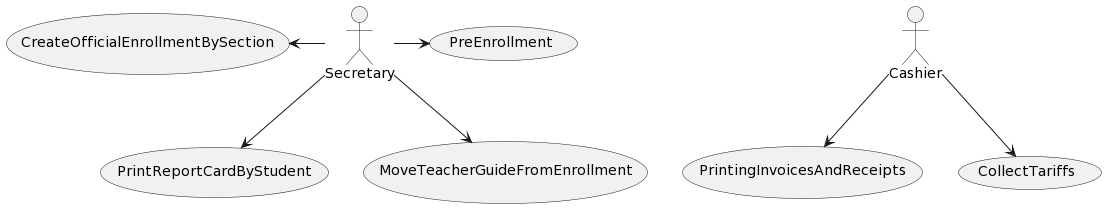
The PlantUML diagram out/UseCaseView/UseCases.png in wsmcbl/wsmcbl.doc, before a commit. The source it was exported from:
```plantuml
@startuml
skinparam BackgroundColor transparent

actor Secretary
actor Cashier

usecase PreEnrollment
usecase CreateOfficialEnrollmentBySection
usecase PrintingInvoicesAndReceipts
usecase PrintReportCardByStudent
usecase MoveTeacherGuideFromEnrollment
usecase CollectTariffs


Secretary -> PreEnrollment
Secretary -left-> CreateOfficialEnrollmentBySection
Secretary --> PrintReportCardByStudent
Secretary --> MoveTeacherGuideFromEnrollment

Cashier --> PrintingInvoicesAndReceipts
Cashier --> CollectTariffs
@enduml
```
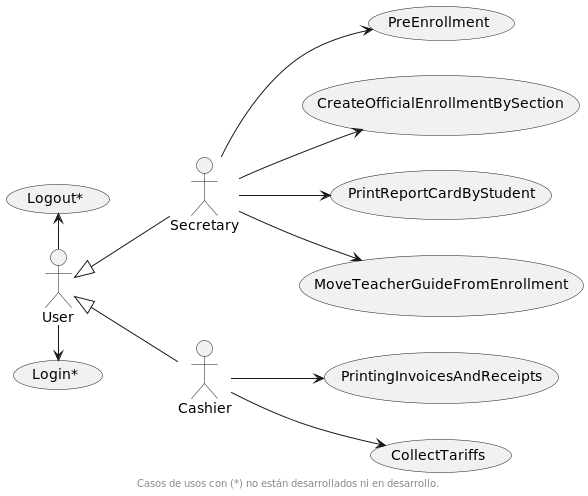
After the commit.

Change to the diagram source:
```diff
@@ -1,8 +1,16 @@
 @startuml
 skinparam BackgroundColor transparent
+left to right direction
 
+actor User
 actor Secretary
 actor Cashier
+
+User <|-- Secretary
+User <|-- Cashier
+
+usecase "Login*"
+usecase "Logout*"
 
 usecase PreEnrollment
 usecase CreateOfficialEnrollmentBySection
@@ -11,12 +19,18 @@
 usecase MoveTeacherGuideFromEnrollment
 usecase CollectTariffs
 
+User -> "Login*"
+User -left-> "Logout*"
 
-Secretary -> PreEnrollment
-Secretary -left-> CreateOfficialEnrollmentBySection
+
+Secretary --> PreEnrollment
+Secretary --> CreateOfficialEnrollmentBySection
 Secretary --> PrintReportCardByStudent
 Secretary --> MoveTeacherGuideFromEnrollment
 
 Cashier --> PrintingInvoicesAndReceipts
 Cashier --> CollectTariffs
+
+footer Casos de usos con (*) no están desarrollados ni en desarrollo.
+
 @enduml
```
